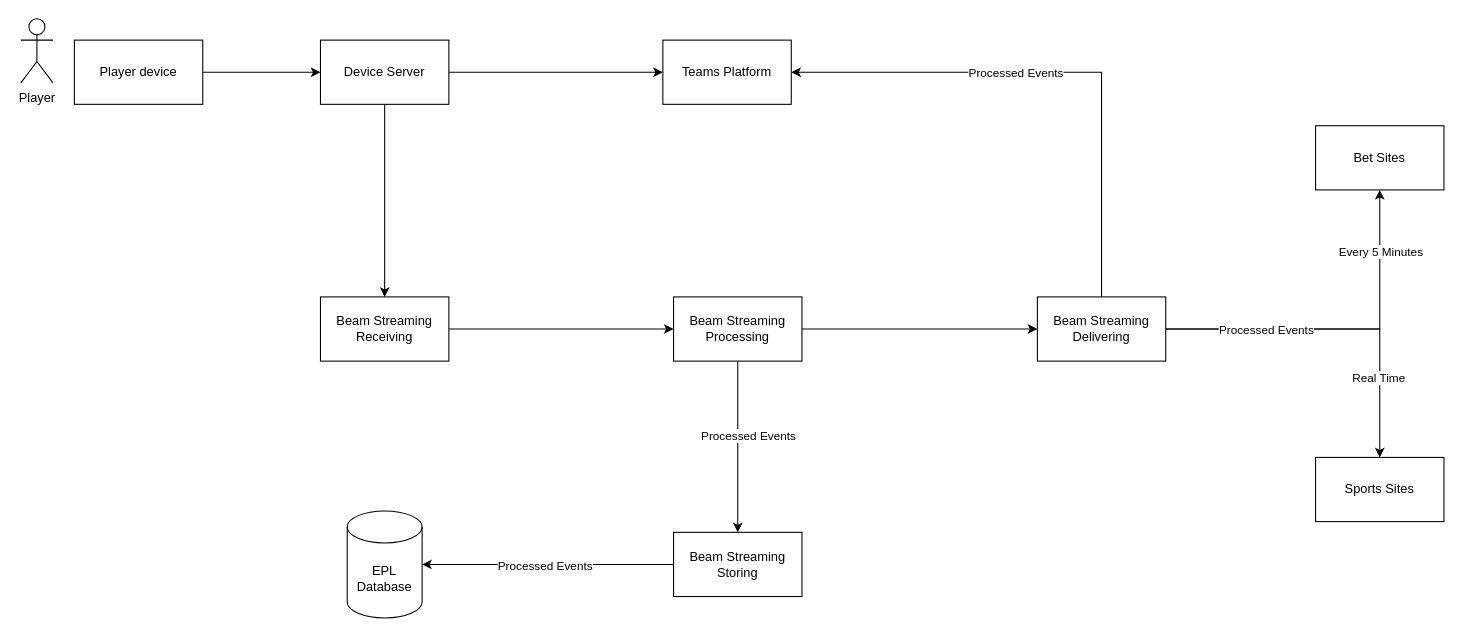
Before: architecture case/arch.drawio in Robinsxsoad/de-challenge-v2, a draw.io diagram. Source tidied: cells renumbered, new cells numbered last; positions are measured from the earlier drawing's top-left corner, leaving out a move shared by most shapes. Both pictures are drawn from the tidied source at 107%, with x=0, y=0 at pixel (20, 18).
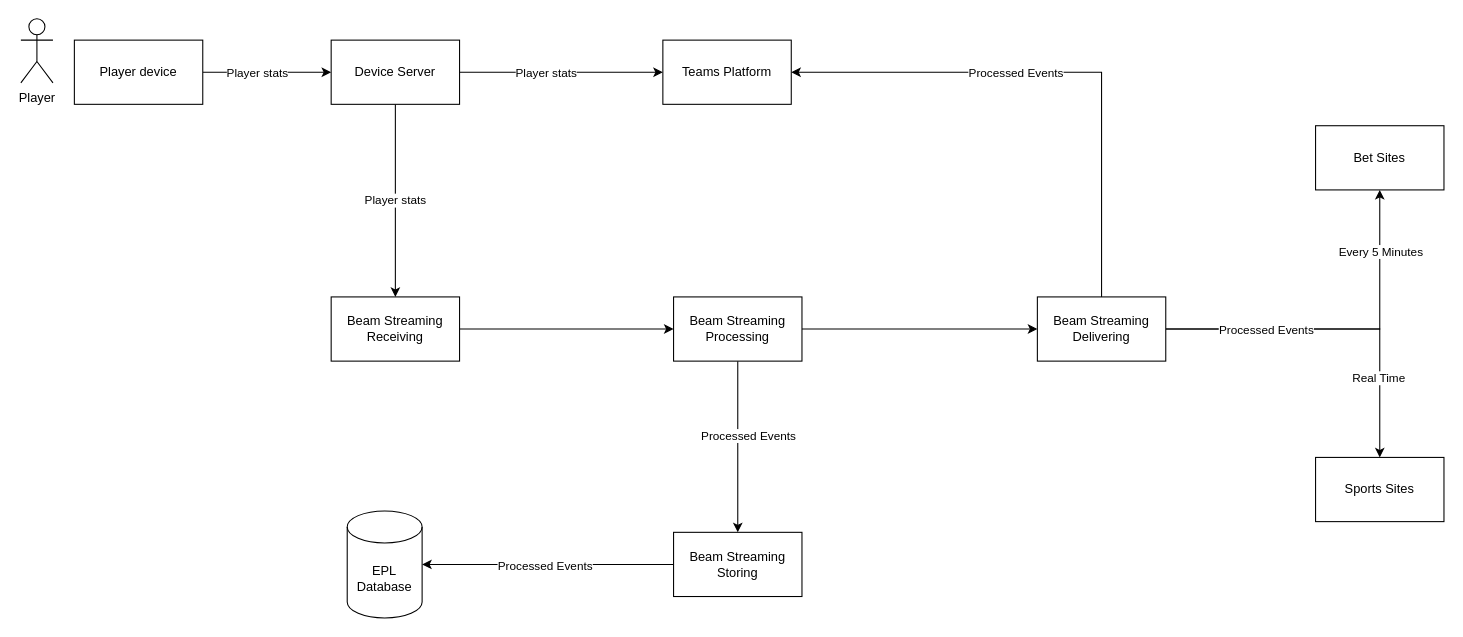
The same page after the edit.

Commit message (it also covers changes not shown here):
ADD: info in diagram

The change refers to these unchanged cells:
```xml
<mxCell id="2" style="edgeStyle=orthogonalEdgeStyle;rounded=0;jettySize=auto;html=1;exitX=1;exitY=0.5;exitDx=0;exitDy=0;entryX=0;entryY=0.5;entryDx=0;entryDy=0;" parent="1" edge="1" source="3" target="8">
  <mxGeometry relative="1" as="geometry" />
</mxCell>
<mxCell id="7" style="edgeStyle=orthogonalEdgeStyle;rounded=0;jettySize=auto;html=1;entryX=0;entryY=0.5;entryDx=0;entryDy=0;" parent="1" edge="1" source="8" target="23">
  <mxGeometry relative="1" as="geometry" />
</mxCell>
```

The edit, as a diff of the source:
```diff
@@
+    <mxCell id="29" value="&lt;div&gt;Player stats&lt;/div&gt;" style="edgeLabel;html=1;align=center;verticalAlign=middle;" parent="2" vertex="1">
+      <mxGeometry x="-0.27" y="-2" relative="1" as="geometry">
+        <mxPoint x="6" y="-2" as="offset" />
+      </mxGeometry>
+    </mxCell>
@@
-    <mxCell id="6" style="edgeStyle=orthogonalEdgeStyle;rounded=0;jettySize=auto;html=1;exitX=0.5;exitY=1;exitDx=0;exitDy=0;entryX=0.5;entryY=0;entryDx=0;entryDy=0;" parent="1" edge="1" source="8" target="10">
+    <mxCell id="6" value="Player stats" style="edgeStyle=orthogonalEdgeStyle;rounded=0;jettySize=auto;html=1;exitX=0.5;exitY=1;exitDx=0;exitDy=0;entryX=0.5;entryY=0;entryDx=0;entryDy=0;" parent="1" edge="1" source="8" target="10">
       <mxGeometry relative="1" as="geometry" />
     </mxCell>
@@
+    <mxCell id="30" value="Player stats" style="edgeLabel;html=1;align=center;verticalAlign=middle;" parent="7" vertex="1">
+      <mxGeometry x="-0.26" y="-1" relative="1" as="geometry">
+        <mxPoint x="10" y="-1" as="offset" />
+      </mxGeometry>
+    </mxCell>
     <mxCell id="8" value="Device Server" style="rounded=0;whiteSpace=wrap;html=1;" parent="1" vertex="1">
-      <mxGeometry x="280" y="20" width="120" height="60" as="geometry" />
+      <mxGeometry x="290" y="20" width="120" height="60" as="geometry" />
     </mxCell>
@@
     <mxCell id="10" value="Beam Streaming Receiving" style="rounded=0;whiteSpace=wrap;html=1;" parent="1" vertex="1">
-      <mxGeometry x="280" y="260" width="120" height="60" as="geometry" />
+      <mxGeometry x="290" y="260" width="120" height="60" as="geometry" />
     </mxCell>
```
